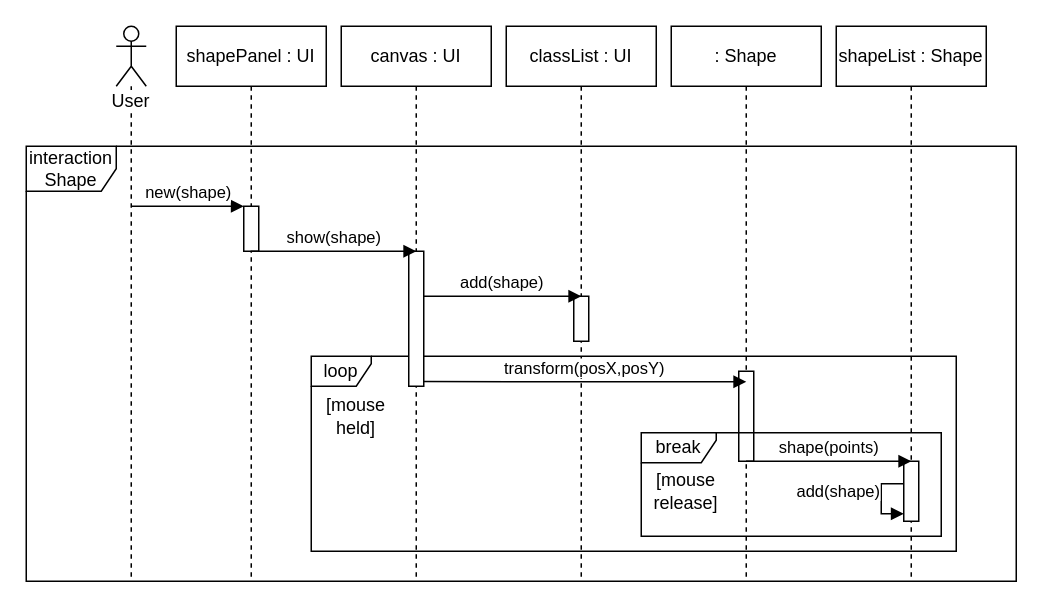
Before: page "Page-5" (5 of 13) of Planning/uml/uml.drawio in Moss99/SDI, a draw.io diagram. Source tidied: cells renumbered, new cells numbered last; positions are measured from the earlier drawing's top-left corner, leaving out a move shared by most shapes. Both pictures are drawn from the tidied source at 150%, with x=0, y=0 at pixel (26, 26).
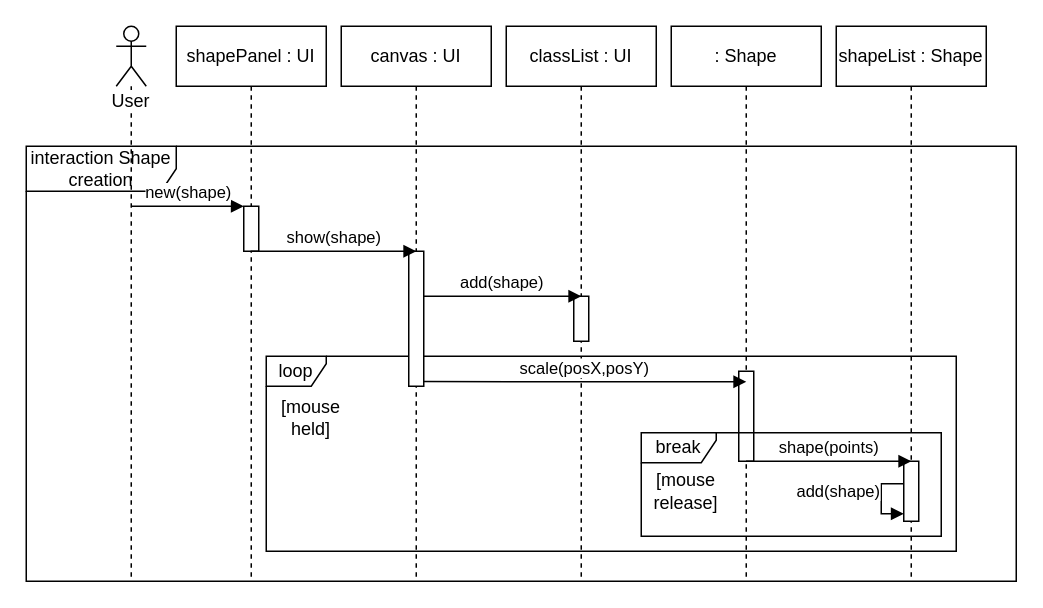
The same diagram, later.

The change refers to these unchanged cells:
```xml
<mxCell id="9" value="classList : UI" style="shape=umlLifeline;perimeter=lifelinePerimeter;whiteSpace=wrap;html=1;" parent="1" vertex="1">
  <mxGeometry x="320" width="100" height="370" as="geometry" />
</mxCell>
```

Diff of the diagram source:
```diff
@@
-    <mxCell id="2" value="interaction Shape" style="shape=umlFrame;whiteSpace=wrap;html=1;" parent="1" vertex="1">
+    <mxCell id="2" value="interaction Shape creation" style="shape=umlFrame;whiteSpace=wrap;html=1;width=100;height=30;" parent="1" vertex="1">
       <mxGeometry y="80" width="660" height="290" as="geometry" />
     </mxCell>
     <mxCell id="3" value="loop" style="shape=umlFrame;whiteSpace=wrap;html=1;width=40;height=20;" parent="1" vertex="1">
-      <mxGeometry x="190" y="220" width="430" height="130" as="geometry" />
+      <mxGeometry x="160" y="220" width="460" height="130" as="geometry" />
     </mxCell>
@@
-    <mxCell id="11" value="transform(posX,posY)" style="html=1;verticalAlign=bottom;endArrow=block;exitX=0.9;exitY=0.538;exitDx=0;exitDy=0;exitPerimeter=0;" parent="9" edge="1">
+    <mxCell id="11" value="scale(posX,posY)" style="html=1;verticalAlign=bottom;endArrow=block;exitX=0.9;exitY=0.538;exitDx=0;exitDy=0;exitPerimeter=0;" parent="9" edge="1">
       <mxGeometry relative="1" as="geometry">
         <mxPoint x="-56" y="236.9" as="sourcePoint" />
         <mxPoint x="160" y="237" as="targetPoint" />
       </mxGeometry>
     </mxCell>
@@
     <mxCell id="17" value="[mouse&lt;br&gt;held]" style="text;html=1;strokeColor=none;fillColor=none;align=center;verticalAlign=middle;whiteSpace=wrap;rounded=0;" parent="1" vertex="1">
-      <mxGeometry x="200" y="250" width="40" height="20" as="geometry" />
+      <mxGeometry x="170" y="251" width="40" height="20" as="geometry" />
     </mxCell>
```
